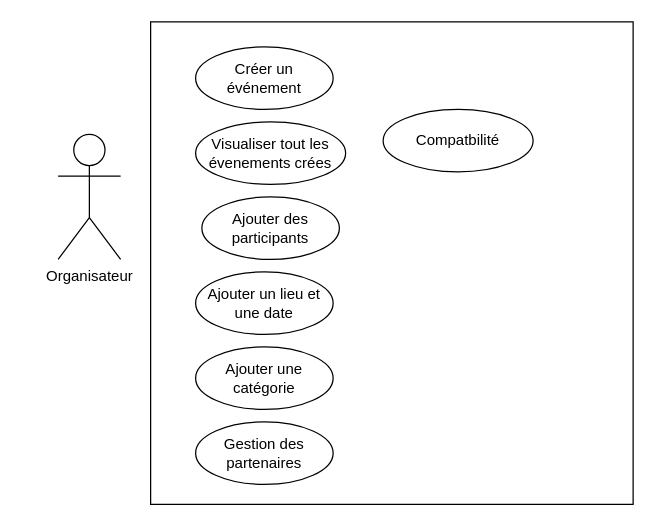
The draw.io diagram Conception/Diagramme de cas d'utilisation.drawio in CSliveR/Chief-s-Arena, before the edit. Source tidied: cells renumbered, new cells numbered last; positions are measured from the earlier drawing's top-left corner, leaving out a move shared by most shapes. Both pictures are drawn from the tidied source at 125%, with x=0, y=0 at pixel (58, 21).
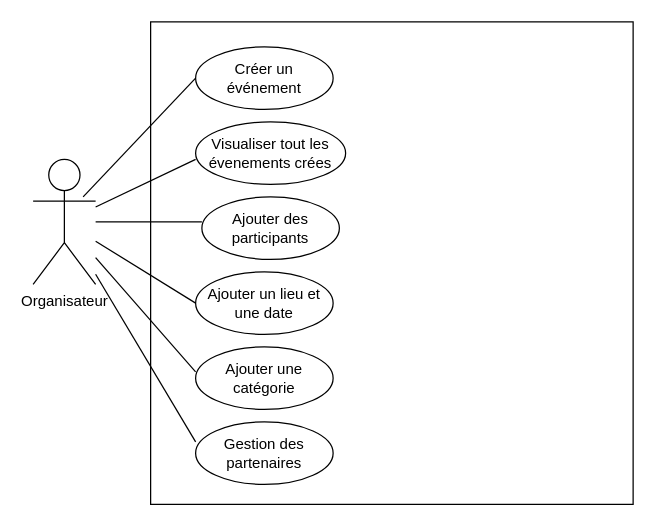
The same page after the edit.

What changed in the source:
```diff
@@
 <mxGraphModel>
   <root>
     <mxCell id="0" />
     <mxCell id="1" parent="0" />
     <mxCell id="2" style="whiteSpace=wrap;html=1;" parent="1" vertex="1">
       <mxGeometry x="74" width="386" height="386" as="geometry" />
     </mxCell>
     <mxCell id="3" value="Organisateur" style="shape=umlActor;verticalLabelPosition=bottom;verticalAlign=top;html=1;outlineConnect=0;" parent="1" vertex="1">
-      <mxGeometry y="90" width="50" height="100" as="geometry" />
+      <mxGeometry x="-20" y="110" width="50" height="100" as="geometry" />
     </mxCell>
     <mxCell id="4" value="Créer un événement" style="ellipse;whiteSpace=wrap;html=1;" parent="1" vertex="1">
       <mxGeometry x="110" y="20" width="110" height="50" as="geometry" />
     </mxCell>
     <mxCell id="5" value="&lt;div align=&quot;center&quot;&gt;Visualiser tout les évenements crées&lt;/div&gt;" style="ellipse;whiteSpace=wrap;html=1;align=center;" parent="1" vertex="1">
       <mxGeometry x="110" y="80" width="120" height="50" as="geometry" />
     </mxCell>
     <mxCell id="6" value="Ajouter des participants" style="ellipse;whiteSpace=wrap;html=1;" parent="1" vertex="1">
       <mxGeometry x="115" y="140" width="110" height="50" as="geometry" />
     </mxCell>
     <mxCell id="7" value="Ajouter un lieu et une date" style="ellipse;whiteSpace=wrap;html=1;" parent="1" vertex="1">
       <mxGeometry x="110" y="200" width="110" height="50" as="geometry" />
     </mxCell>
     <mxCell id="8" value="Ajouter une catégorie" style="ellipse;whiteSpace=wrap;html=1;" parent="1" vertex="1">
       <mxGeometry x="110" y="260" width="110" height="50" as="geometry" />
     </mxCell>
     <mxCell id="9" value="Gestion des partenaires" style="ellipse;whiteSpace=wrap;html=1;" parent="1" vertex="1">
       <mxGeometry x="110" y="320" width="110" height="50" as="geometry" />
     </mxCell>
-    <mxCell id="10" value="Compatbilité" style="ellipse;whiteSpace=wrap;html=1;align=center;" parent="1" vertex="1">
-      <mxGeometry x="260" y="70" width="120" height="50" as="geometry" />
-    </mxCell>
+    <mxCell id="11" style="endArrow=none;html=1;rounded=0;entryX=0;entryY=0.5;entryDx=0;entryDy=0;" parent="1" edge="1" target="4">
+      <mxGeometry relative="1" as="geometry">
+        <mxPoint x="20" y="140" as="sourcePoint" />
+      </mxGeometry>
+    </mxCell>
+    <mxCell id="12" style="endArrow=none;html=1;rounded=0;" parent="1" edge="1" source="3">
+      <mxGeometry relative="1" as="geometry">
+        <mxPoint x="110" y="110" as="targetPoint" />
+      </mxGeometry>
+    </mxCell>
+    <mxCell id="13" style="endArrow=none;html=1;rounded=0;" parent="1" edge="1" source="3">
+      <mxGeometry relative="1" as="geometry">
+        <mxPoint x="115" y="160" as="targetPoint" />
+      </mxGeometry>
+    </mxCell>
+    <mxCell id="14" style="endArrow=none;html=1;rounded=0;entryX=0;entryY=0.5;entryDx=0;entryDy=0;" parent="1" edge="1" source="3" target="7">
+      <mxGeometry relative="1" as="geometry" />
+    </mxCell>
+    <mxCell id="15" style="endArrow=none;html=1;rounded=0;" parent="1" edge="1" source="3">
+      <mxGeometry relative="1" as="geometry">
+        <mxPoint x="110" y="280" as="targetPoint" />
+      </mxGeometry>
+    </mxCell>
+    <mxCell id="16" style="endArrow=none;html=1;rounded=0;" parent="1" edge="1" source="3">
+      <mxGeometry relative="1" as="geometry">
+        <mxPoint x="110" y="336" as="targetPoint" />
+      </mxGeometry>
+    </mxCell>
   </root>
 </mxGraphModel>
```
